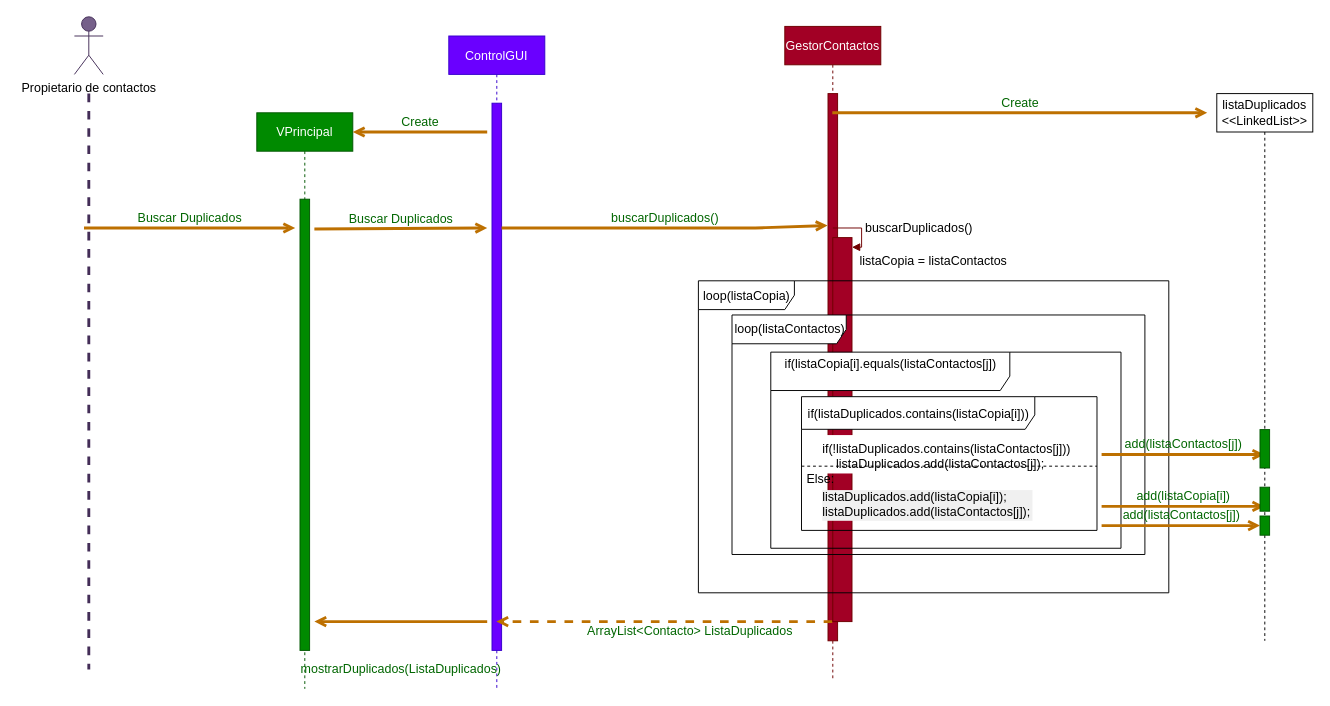
This is diagramas/diagramas de secuencia/secuenciaC2_BuscarDuplicados.drawio from JuanCarlosGarciaZepeda/SmartScheduler, a draw.io file, before an edit. Source tidied: cells renumbered, new cells numbered last; positions are measured from the earlier drawing's top-left corner, leaving out a move shared by most shapes. Both pictures are drawn from the tidied source at 96%, with x=0, y=0 at pixel (74, 16).
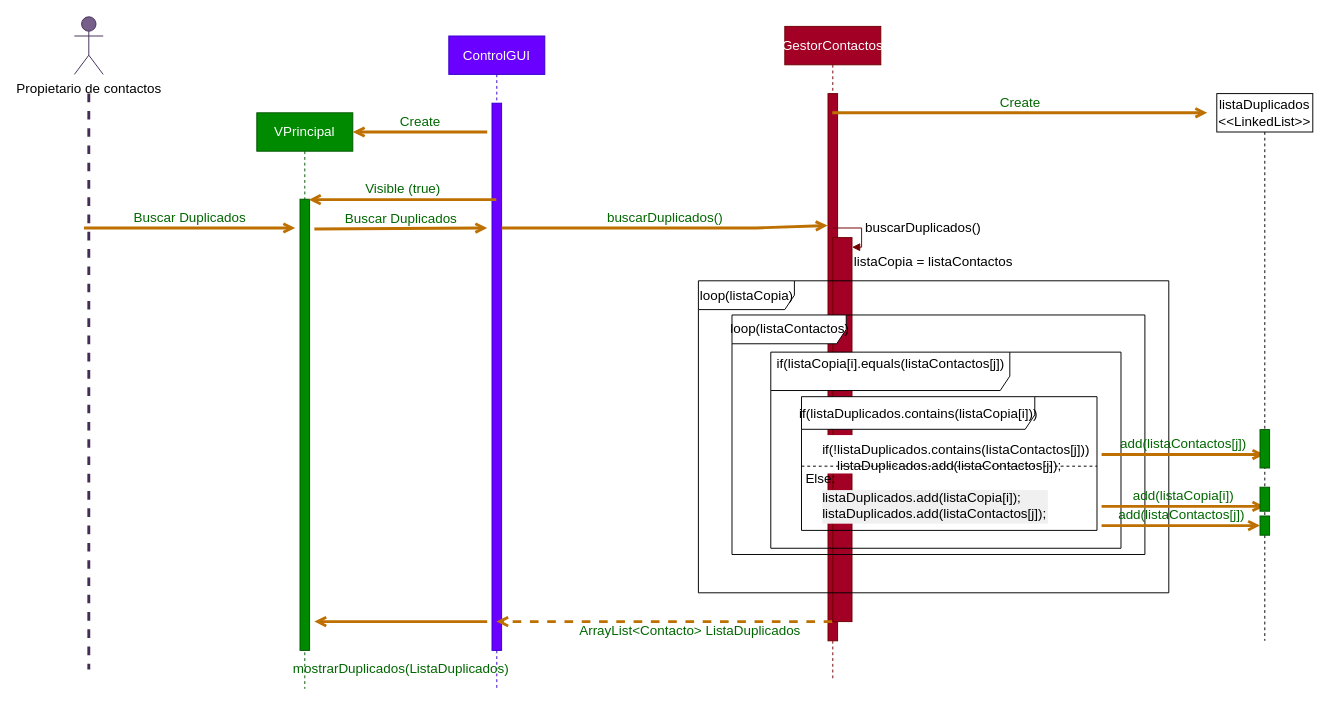
Above is the later version.

What changed in the source:
```diff
@@
-    <mxCell id="2" value="Propietario de contactos" style="shape=umlActor;verticalLabelPosition=bottom;verticalAlign=top;html=1;fillColor=#76608a;strokeColor=#432D57;fontColor=#000000;fontSize=13;" parent="1" vertex="1">
+    <mxCell id="2" value="Propietario de contactos" style="shape=umlActor;verticalLabelPosition=bottom;verticalAlign=top;html=1;fillColor=#76608a;strokeColor=#432D57;fontColor=#000000;fontSize=14;" parent="1" vertex="1">
       <mxGeometry width="30" height="60" as="geometry" />
     </mxCell>
-    <mxCell id="3" style="endArrow=none;startArrow=none;endFill=0;startFill=0;endSize=8;html=1;verticalAlign=bottom;labelBackgroundColor=none;strokeWidth=3;fillColor=#76608a;strokeColor=#432D57;dashed=1;fontSize=13;" parent="1" edge="1">
+    <mxCell id="3" style="endArrow=none;startArrow=none;endFill=0;startFill=0;endSize=8;html=1;verticalAlign=bottom;labelBackgroundColor=none;strokeWidth=3;fillColor=#76608a;strokeColor=#432D57;dashed=1;fontSize=14;" parent="1" edge="1">
       <mxGeometry relative="1" as="geometry">
         <mxPoint x="15" y="80" as="sourcePoint" />
         <mxPoint x="15" y="680" as="targetPoint" />
       </mxGeometry>
     </mxCell>
-    <mxCell id="4" value="VPrincipal" style="shape=umlLifeline;perimeter=lifelinePerimeter;whiteSpace=wrap;html=1;fillColor=#008a00;strokeColor=#005700;fontColor=#ffffff;fontSize=13;" parent="1" vertex="1">
+    <mxCell id="4" value="VPrincipal" style="shape=umlLifeline;perimeter=lifelinePerimeter;whiteSpace=wrap;html=1;fillColor=#008a00;strokeColor=#005700;fontColor=#ffffff;fontSize=14;" parent="1" vertex="1">
       <mxGeometry x="190" y="100" width="100" height="600" as="geometry" />
     </mxCell>
-    <mxCell id="5" style="html=1;points=[];perimeter=orthogonalPerimeter;fillColor=#008a00;strokeColor=#005700;fontColor=#ffffff;fontSize=13;" parent="4" vertex="1">
+    <mxCell id="5" style="html=1;points=[];perimeter=orthogonalPerimeter;fillColor=#008a00;strokeColor=#005700;fontColor=#ffffff;fontSize=14;" parent="4" vertex="1">
       <mxGeometry x="45" y="90" width="10" height="470" as="geometry" />
     </mxCell>
-    <mxCell id="6" value="ControlGUI" style="shape=umlLifeline;perimeter=lifelinePerimeter;whiteSpace=wrap;html=1;outlineConnect=0;strokeColor=#3700CC;fillColor=#6a00ff;fontColor=#ffffff;fontSize=13;" parent="1" vertex="1">
+    <mxCell id="6" value="ControlGUI" style="shape=umlLifeline;perimeter=lifelinePerimeter;whiteSpace=wrap;html=1;outlineConnect=0;strokeColor=#3700CC;fillColor=#6a00ff;fontColor=#ffffff;fontSize=14;" parent="1" vertex="1">
       <mxGeometry x="390" y="20" width="100" height="680" as="geometry" />
     </mxCell>
-    <mxCell id="7" style="html=1;points=[];perimeter=orthogonalPerimeter;fillColor=#6a00ff;strokeColor=#3700CC;fontColor=#ffffff;fontSize=13;" parent="6" vertex="1">
+    <mxCell id="7" style="html=1;points=[];perimeter=orthogonalPerimeter;fillColor=#6a00ff;strokeColor=#3700CC;fontColor=#ffffff;fontSize=14;" parent="6" vertex="1">
       <mxGeometry x="45" y="70" width="10" height="570" as="geometry" />
     </mxCell>
-    <mxCell id="8" value="GestorContactos" style="shape=umlLifeline;perimeter=lifelinePerimeter;whiteSpace=wrap;html=1;outlineConnect=0;fillColor=#a20025;strokeColor=#6F0000;fontColor=#ffffff;fontSize=13;" parent="1" vertex="1">
+    <mxCell id="8" value="GestorContactos" style="shape=umlLifeline;perimeter=lifelinePerimeter;whiteSpace=wrap;html=1;outlineConnect=0;fillColor=#a20025;strokeColor=#6F0000;fontColor=#ffffff;fontSize=14;" parent="1" vertex="1">
       <mxGeometry x="740" y="10" width="100" height="680" as="geometry" />
     </mxCell>
-    <mxCell id="9" style="html=1;points=[];perimeter=orthogonalPerimeter;fillColor=#a20025;strokeColor=#6F0000;fontColor=#ffffff;fontSize=13;" parent="8" vertex="1">
+    <mxCell id="9" style="html=1;points=[];perimeter=orthogonalPerimeter;fillColor=#a20025;strokeColor=#6F0000;fontColor=#ffffff;fontSize=14;" parent="8" vertex="1">
       <mxGeometry x="45" y="70" width="10" height="570" as="geometry" />
     </mxCell>
-    <mxCell id="10" value="Create" style="html=1;verticalAlign=bottom;labelBackgroundColor=none;endArrow=open;endFill=0;fontColor=#006600;strokeWidth=3;fillColor=#f0a30a;strokeColor=#BD7000;fontSize=13;" parent="1" edge="1">
+    <mxCell id="10" value="Create" style="html=1;verticalAlign=bottom;labelBackgroundColor=none;endArrow=open;endFill=0;fontColor=#006600;strokeWidth=3;fillColor=#f0a30a;strokeColor=#BD7000;fontSize=14;" parent="1" edge="1">
       <mxGeometry relative="1" as="geometry">
         <mxPoint x="430" y="120" as="sourcePoint" />
         <mxPoint x="290" y="120" as="targetPoint" />
       </mxGeometry>
     </mxCell>
-    <mxCell id="11" value="Buscar Duplicados" style="html=1;verticalAlign=bottom;labelBackgroundColor=none;endArrow=open;endFill=0;fontColor=#006600;strokeWidth=3;fillColor=#f0a30a;strokeColor=#BD7000;fontSize=13;" parent="1" edge="1">
+    <mxCell id="11" value="Buscar Duplicados" style="html=1;verticalAlign=bottom;labelBackgroundColor=none;endArrow=open;endFill=0;fontColor=#006600;strokeWidth=3;fillColor=#f0a30a;strokeColor=#BD7000;fontSize=14;" parent="1" edge="1">
       <mxGeometry relative="1" as="geometry">
         <mxPoint x="250" y="221" as="sourcePoint" />
         <mxPoint x="430" y="220" as="targetPoint" />
       </mxGeometry>
     </mxCell>
-    <mxCell id="12" value="Buscar Duplicados" style="html=1;verticalAlign=bottom;labelBackgroundColor=none;endArrow=open;endFill=0;fontColor=#006600;strokeWidth=3;fillColor=#f0a30a;strokeColor=#BD7000;fontSize=13;" parent="1" edge="1">
+    <mxCell id="12" value="Buscar Duplicados" style="html=1;verticalAlign=bottom;labelBackgroundColor=none;endArrow=open;endFill=0;fontColor=#006600;strokeWidth=3;fillColor=#f0a30a;strokeColor=#BD7000;fontSize=14;" parent="1" edge="1">
       <mxGeometry relative="1" as="geometry">
         <mxPoint x="10" y="220" as="sourcePoint" />
         <mxPoint x="230" y="220" as="targetPoint" />
       </mxGeometry>
     </mxCell>
-    <mxCell id="13" value="mostrarDuplicados(ListaDuplicados)" style="html=1;verticalAlign=bottom;labelBackgroundColor=none;endArrow=open;endFill=0;fontColor=#006600;strokeWidth=3;fillColor=#f0a30a;strokeColor=#BD7000;fontSize=13;" parent="1" edge="1">
+    <mxCell id="13" value="mostrarDuplicados(ListaDuplicados)" style="html=1;verticalAlign=bottom;labelBackgroundColor=none;endArrow=open;endFill=0;fontColor=#006600;strokeWidth=3;fillColor=#f0a30a;strokeColor=#BD7000;fontSize=14;" parent="1" edge="1">
       <mxGeometry y="60" relative="1" as="geometry">
         <mxPoint x="430" y="630" as="sourcePoint" />
         <mxPoint x="250" y="630" as="targetPoint" />
       </mxGeometry>
     </mxCell>
-    <mxCell id="14" value="buscarDuplicados()" style="html=1;verticalAlign=bottom;labelBackgroundColor=none;endArrow=open;endFill=0;fontColor=#006600;strokeWidth=3;fillColor=#f0a30a;strokeColor=#BD7000;fontSize=13;entryX=-0.044;entryY=0.241;entryDx=0;entryDy=0;entryPerimeter=0;" parent="1" edge="1" source="7" target="9">
+    <mxCell id="14" value="buscarDuplicados()" style="html=1;verticalAlign=bottom;labelBackgroundColor=none;endArrow=open;endFill=0;fontColor=#006600;strokeWidth=3;fillColor=#f0a30a;strokeColor=#BD7000;fontSize=14;entryX=-0.044;entryY=0.241;entryDx=0;entryDy=0;entryPerimeter=0;" parent="1" edge="1" source="7" target="9">
       <mxGeometry relative="1" as="geometry">
         <Array as="points">
           <mxPoint x="710" y="220" />
         </Array>
       </mxGeometry>
     </mxCell>
-    <mxCell id="15" value="ArrayList&amp;lt;Contacto&amp;gt; ListaDuplicados" style="html=1;verticalAlign=bottom;labelBackgroundColor=none;endArrow=open;endFill=0;fontColor=#006600;strokeWidth=3;fillColor=#f0a30a;strokeColor=#BD7000;dashed=1;fontSize=13;" parent="1" edge="1" source="8" target="6">
+    <mxCell id="15" value="ArrayList&amp;lt;Contacto&amp;gt; ListaDuplicados" style="html=1;verticalAlign=bottom;labelBackgroundColor=none;endArrow=open;endFill=0;fontColor=#006600;strokeWidth=3;fillColor=#f0a30a;strokeColor=#BD7000;dashed=1;fontSize=14;" parent="1" edge="1" source="8" target="6">
       <mxGeometry x="-0.15" y="20" relative="1" as="geometry">
         <Array as="points">
           <mxPoint x="560" y="630" />
         </Array>
       </mxGeometry>
     </mxCell>
-    <mxCell id="16" value="listaCopia = listaContactos" style="text;align=center;fontColor=#000000;fontSize=13;" parent="1" vertex="1">
+    <mxCell id="16" value="listaCopia = listaContactos" style="text;align=center;fontColor=#000000;fontSize=14;" parent="1" vertex="1">
       <mxGeometry x="845" y="240" width="100" height="20" as="geometry" />
     </mxCell>
-    <mxCell id="17" style="html=1;perimeter=orthogonalPerimeter;fillColor=#a20025;strokeColor=#6F0000;shadow=0;fontColor=#ffffff;labelBackgroundColor=#ffffff;fontSize=13;" parent="1" vertex="1">
+    <mxCell id="17" style="html=1;perimeter=orthogonalPerimeter;fillColor=#a20025;strokeColor=#6F0000;shadow=0;fontColor=#ffffff;labelBackgroundColor=#ffffff;fontSize=14;" parent="1" vertex="1">
       <mxGeometry x="790" y="230" width="20" height="400" as="geometry" />
     </mxCell>
-    <mxCell id="18" value="buscarDuplicados()" style="edgeStyle=orthogonalEdgeStyle;html=1;align=left;spacingLeft=2;endArrow=block;rounded=0;entryX=1;entryY=0;fillColor=#a20025;strokeColor=#6F0000;shadow=0;fontColor=#000000;labelBackgroundColor=#ffffff;fontSize=13;" parent="1" edge="1">
+    <mxCell id="18" value="buscarDuplicados()" style="edgeStyle=orthogonalEdgeStyle;html=1;align=left;spacingLeft=2;endArrow=block;rounded=0;entryX=1;entryY=0;fillColor=#a20025;strokeColor=#6F0000;shadow=0;fontColor=#000000;labelBackgroundColor=#ffffff;fontSize=14;" parent="1" edge="1">
       <mxGeometry relative="1" as="geometry">
         <mxPoint x="790" y="220" as="sourcePoint" />
         <mxPoint x="810" y="240" as="targetPoint" />
         <Array as="points">
           <mxPoint x="820" y="220" />
         </Array>
       </mxGeometry>
     </mxCell>
-    <mxCell id="19" value="loop(listaCopia)" style="shape=umlFrame;tabPosition=left;html=1;boundedLbl=1;labelInHeader=1;width=100;height=30;perimeterSpacing=1;strokeColor=#000000;fontSize=13;" parent="1" vertex="1">
+    <mxCell id="19" value="loop(listaCopia)" style="shape=umlFrame;tabPosition=left;html=1;boundedLbl=1;labelInHeader=1;width=100;height=30;perimeterSpacing=1;strokeColor=#000000;fontSize=14;" parent="1" vertex="1">
       <mxGeometry x="650" y="275" width="490" height="325" as="geometry" />
     </mxCell>
-    <mxCell id="20" value="loop(listaContactos)" style="shape=umlFrame;tabPosition=left;html=1;boundedLbl=1;labelInHeader=1;width=119;height=30;strokeColor=#000000;fontSize=13;" parent="19" vertex="1">
+    <mxCell id="20" value="loop(listaContactos)" style="shape=umlFrame;tabPosition=left;html=1;boundedLbl=1;labelInHeader=1;width=119;height=30;strokeColor=#000000;fontSize=14;" parent="19" vertex="1">
       <mxGeometry x="35" y="35.6" width="430.1" height="249.5" as="geometry" />
     </mxCell>
-    <mxCell id="21" value="if(listaCopia[i].equals(listaContactos[j])&lt;div style=&quot;padding: 0px; margin: 0px; font-size: 13px;&quot;&gt;&lt;br style=&quot;padding: 0px; margin: 0px; font-size: 13px;&quot;&gt;&lt;/div&gt;" style="shape=umlFrame;tabPosition=left;html=1;boundedLbl=1;labelInHeader=1;width=249;height=40;fontColor=#000000;fillColor=#FFFFFF;strokeColor=#000000;fontSize=13;" parent="19" vertex="1">
+    <mxCell id="21" value="if(listaCopia[i].equals(listaContactos[j])&lt;div style=&quot;padding: 0px; margin: 0px; font-size: 14px;&quot;&gt;&lt;br style=&quot;padding: 0px; margin: 0px; font-size: 14px;&quot;&gt;&lt;/div&gt;" style="shape=umlFrame;tabPosition=left;html=1;boundedLbl=1;labelInHeader=1;width=249;height=40;fontColor=#000000;fillColor=#FFFFFF;strokeColor=#000000;fontSize=14;" parent="19" vertex="1">
       <mxGeometry x="75.4" y="74.3" width="364.8" height="204.3" as="geometry" />
     </mxCell>
-    <mxCell id="22" value="if(listaDuplicados.contains(listaCopia[i]))" style="shape=umlFrame;tabWidth=110;tabHeight=30;tabPosition=left;html=1;boundedLbl=1;labelInHeader=1;width=243;height=34;strokeColor=#000000;fillColor=#FFFFFF;fontColor=#000000;fontSize=13;" parent="19" vertex="1">
+    <mxCell id="22" value="if(listaDuplicados.contains(listaCopia[i]))" style="shape=umlFrame;tabWidth=110;tabHeight=30;tabPosition=left;html=1;boundedLbl=1;labelInHeader=1;width=243;height=34;strokeColor=#000000;fillColor=#FFFFFF;fontColor=#000000;fontSize=14;" parent="19" vertex="1">
       <mxGeometry x="107.4" y="120.7" width="307.8" height="139.3" as="geometry" />
     </mxCell>
-    <mxCell id="23" value="if(!listaDuplicados.contains(listaContactos[j]))&#10;    listaDuplicados.add(listaContactos[j]);" style="text;fillColor=#FFFFFF;fontColor=#000000;fontSize=13;" parent="22" vertex="1">
+    <mxCell id="23" value="if(!listaDuplicados.contains(listaContactos[j]))&#10;    listaDuplicados.add(listaContactos[j]);" style="text;fillColor=#FFFFFF;fontColor=#000000;fontSize=14;" parent="22" vertex="1">
       <mxGeometry width="250" height="40" relative="1" as="geometry">
         <mxPoint x="20" y="40" as="offset" />
       </mxGeometry>
     </mxCell>
-    <mxCell id="24" value="listaDuplicados.add(listaCopia[i]);&#10;listaDuplicados.add(listaContactos[j]);" style="line;strokeWidth=1;dashed=1;labelPosition=center;verticalLabelPosition=bottom;align=left;verticalAlign=top;spacingLeft=20;spacingTop=15;fillColor=#FFFFFF;fontColor=#000000;labelBackgroundColor=#F0F0F0;fontSize=13;" parent="22" vertex="1">
+    <mxCell id="24" value="listaDuplicados.add(listaCopia[i]);&#10;listaDuplicados.add(listaContactos[j]);" style="line;strokeWidth=1;dashed=1;labelPosition=center;verticalLabelPosition=bottom;align=left;verticalAlign=top;spacingLeft=20;spacingTop=15;fillColor=#FFFFFF;fontColor=#000000;labelBackgroundColor=#F0F0F0;fontSize=14;" parent="22" vertex="1">
       <mxGeometry y="69.6" width="307.8" height="5.6" as="geometry" />
     </mxCell>
-    <mxCell id="25" value="Else:" style="text;html=1;align=center;verticalAlign=middle;strokeColor=none;fontColor=#000000;fontSize=13;" parent="22" vertex="1">
-      <mxGeometry y="75.2" width="40" height="20" as="geometry" />
+    <mxCell id="25" value="Else:" style="text;html=1;align=center;verticalAlign=middle;strokeColor=none;fontColor=#000000;fontSize=14;" parent="22" vertex="1">
+      <mxGeometry x="-5" y="75.2" width="50" height="20" as="geometry" />
     </mxCell>
-    <mxCell id="26" value="listaDuplicados&lt;br style=&quot;font-size: 13px;&quot;&gt;&amp;lt;&amp;lt;LinkedList&amp;gt;&amp;gt;" style="shape=umlLifeline;perimeter=lifelinePerimeter;whiteSpace=wrap;html=1;outlineConnect=0;fontColor=#000000;strokeColor=#000000;fillColor=#FFFFFF;fontSize=13;" parent="1" vertex="1">
+    <mxCell id="26" value="listaDuplicados&lt;br style=&quot;font-size: 14px;&quot;&gt;&amp;lt;&amp;lt;LinkedList&amp;gt;&amp;gt;" style="shape=umlLifeline;perimeter=lifelinePerimeter;whiteSpace=wrap;html=1;outlineConnect=0;fontColor=#000000;strokeColor=#000000;fillColor=#FFFFFF;fontSize=14;" parent="1" vertex="1">
       <mxGeometry x="1190" y="80" width="100" height="570" as="geometry" />
     </mxCell>
-    <mxCell id="27" style="html=1;perimeter=orthogonalPerimeter;fillColor=#008a00;strokeColor=#005700;shadow=0;fontColor=#ffffff;labelBackgroundColor=#ffffff;fontSize=13;" parent="26" vertex="1">
+    <mxCell id="27" style="html=1;perimeter=orthogonalPerimeter;fillColor=#008a00;strokeColor=#005700;shadow=0;fontColor=#ffffff;labelBackgroundColor=#ffffff;fontSize=14;" parent="26" vertex="1">
       <mxGeometry x="45" y="440" width="10" height="20" as="geometry" />
     </mxCell>
-    <mxCell id="28" value="Create" style="html=1;verticalAlign=bottom;labelBackgroundColor=none;endArrow=open;endFill=0;fontColor=#006600;strokeWidth=3;fillColor=#f0a30a;strokeColor=#BD7000;fontSize=13;" parent="1" edge="1" source="8">
+    <mxCell id="28" value="Create" style="html=1;verticalAlign=bottom;labelBackgroundColor=none;endArrow=open;endFill=0;fontColor=#006600;strokeWidth=3;fillColor=#f0a30a;strokeColor=#BD7000;fontSize=14;" parent="1" edge="1" source="8">
       <mxGeometry relative="1" as="geometry">
         <mxPoint x="1180" y="100" as="targetPoint" />
       </mxGeometry>
     </mxCell>
-    <mxCell id="29" value="add(listaContactos[j])" style="html=1;verticalAlign=bottom;labelBackgroundColor=none;endArrow=open;endFill=0;fontColor=#006600;strokeWidth=3;fillColor=#f0a30a;strokeColor=#BD7000;fontSize=13;" parent="1" edge="1" target="26">
+    <mxCell id="29" value="add(listaContactos[j])" style="html=1;verticalAlign=bottom;labelBackgroundColor=none;endArrow=open;endFill=0;fontColor=#006600;strokeWidth=3;fillColor=#f0a30a;strokeColor=#BD7000;fontSize=14;" parent="1" edge="1" target="26">
       <mxGeometry relative="1" as="geometry">
         <mxPoint x="1070" y="456" as="sourcePoint" />
       </mxGeometry>
     </mxCell>
-    <mxCell id="30" style="html=1;perimeter=orthogonalPerimeter;fillColor=#008a00;strokeColor=#005700;shadow=0;fontColor=#ffffff;labelBackgroundColor=#ffffff;fontSize=13;" parent="1" vertex="1">
+    <mxCell id="30" style="html=1;perimeter=orthogonalPerimeter;fillColor=#008a00;strokeColor=#005700;shadow=0;fontColor=#ffffff;labelBackgroundColor=#ffffff;fontSize=14;" parent="1" vertex="1">
       <mxGeometry x="1235" y="430" width="10" height="40" as="geometry" />
     </mxCell>
-    <mxCell id="31" value="add(listaCopia[i])" style="html=1;verticalAlign=bottom;labelBackgroundColor=none;endArrow=open;endFill=0;fontColor=#006600;strokeWidth=3;fillColor=#f0a30a;strokeColor=#BD7000;fontSize=13;" parent="1" edge="1" target="26">
+    <mxCell id="31" value="add(listaCopia[i])" style="html=1;verticalAlign=bottom;labelBackgroundColor=none;endArrow=open;endFill=0;fontColor=#006600;strokeWidth=3;fillColor=#f0a30a;strokeColor=#BD7000;fontSize=14;" parent="1" edge="1" target="26">
       <mxGeometry relative="1" as="geometry">
         <mxPoint x="1070" y="510" as="sourcePoint" />
         <Array as="points">
           <mxPoint x="1190" y="510" />
         </Array>
       </mxGeometry>
     </mxCell>
-    <mxCell id="32" style="html=1;perimeter=orthogonalPerimeter;fillColor=#008a00;strokeColor=#005700;shadow=0;fontColor=#ffffff;labelBackgroundColor=#ffffff;fontSize=13;" parent="1" vertex="1">
+    <mxCell id="32" style="html=1;perimeter=orthogonalPerimeter;fillColor=#008a00;strokeColor=#005700;shadow=0;fontColor=#ffffff;labelBackgroundColor=#ffffff;fontSize=14;" parent="1" vertex="1">
       <mxGeometry x="1235" y="490" width="10" height="25" as="geometry" />
     </mxCell>
-    <mxCell id="33" value="add(listaContactos[j])" style="html=1;verticalAlign=bottom;labelBackgroundColor=none;endArrow=open;endFill=0;fontColor=#006600;strokeWidth=3;fillColor=#f0a30a;strokeColor=#BD7000;fontSize=13;" parent="1" edge="1">
+    <mxCell id="33" value="add(listaContactos[j])" style="html=1;verticalAlign=bottom;labelBackgroundColor=none;endArrow=open;endFill=0;fontColor=#006600;strokeWidth=3;fillColor=#f0a30a;strokeColor=#BD7000;fontSize=14;" parent="1" edge="1">
       <mxGeometry relative="1" as="geometry">
         <mxPoint x="1070" y="530" as="sourcePoint" />
         <mxPoint x="1235" y="530" as="targetPoint" />
       </mxGeometry>
     </mxCell>
+    <mxCell id="34" value="Visible (true)" style="html=1;verticalAlign=bottom;labelBackgroundColor=none;endArrow=open;endFill=0;fontColor=#006600;strokeWidth=3;fillColor=#f0a30a;strokeColor=#BD7000;entryX=0.924;entryY=0.001;entryDx=0;entryDy=0;entryPerimeter=0;fontSize=14;" parent="1" edge="1" source="6" target="5">
+      <mxGeometry relative="1" as="geometry" />
+    </mxCell>
```
